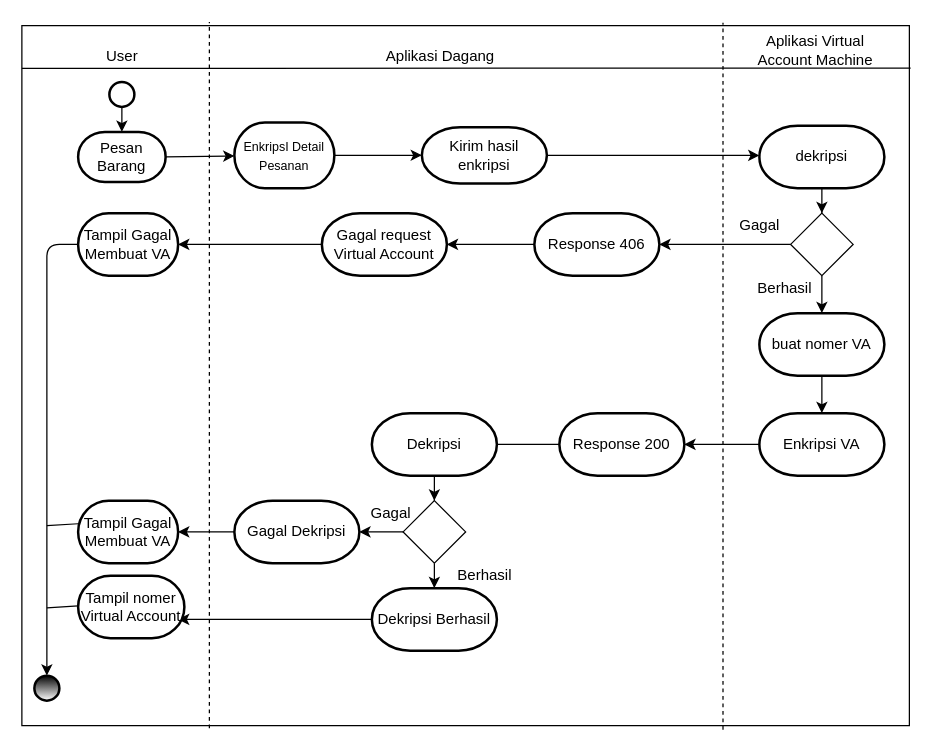
mhmmdihza/TA-DIAGRAM keeps this draw.io diagram as Activity Diagram Pesan.drawio. Above is the earlier version. Source tidied: cells renumbered, new cells numbered last; positions are measured from the earlier drawing's top-left corner, leaving out a move shared by most shapes. Both pictures are drawn from the tidied source at 125%, with x=0, y=0 at pixel (21, 21).
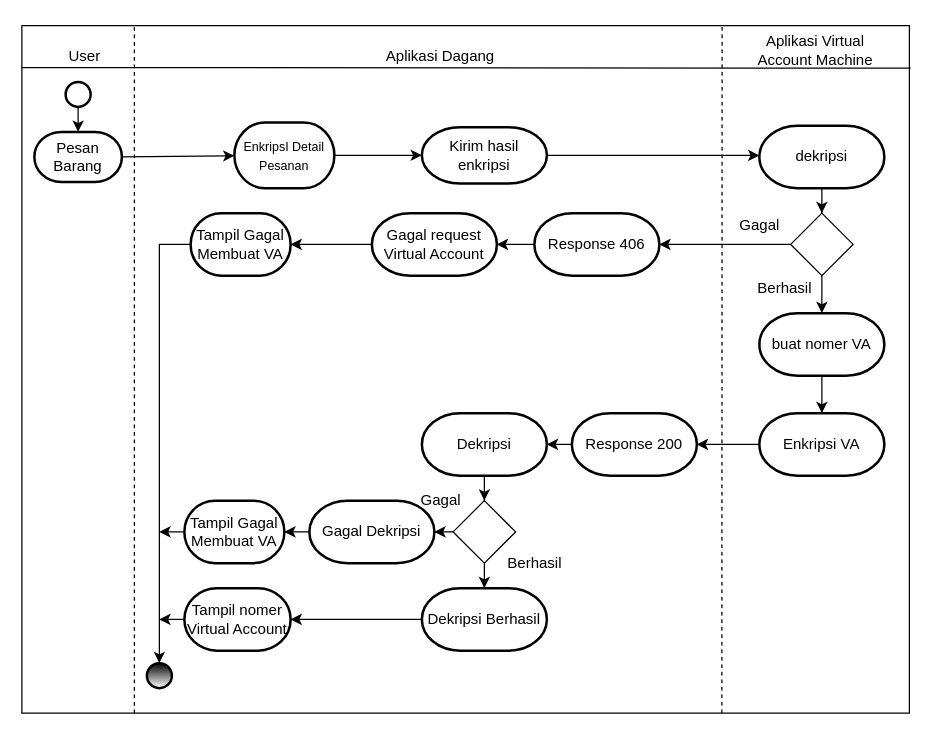
After the change.

What changed in the source:
```diff
@@
     <mxCell id="2" style="rounded=0;whiteSpace=wrap;html=1;direction=south;" parent="1" vertex="1">
-      <mxGeometry y="3" width="710" height="560" as="geometry" />
+      <mxGeometry y="3" width="710" height="550" as="geometry" />
     </mxCell>
     <mxCell id="3" value="Pesan Barang" style="strokeWidth=2;html=1;shape=mxgraph.flowchart.terminator;whiteSpace=wrap;" parent="1" vertex="1">
-      <mxGeometry x="45" y="88" width="70" height="40" as="geometry" />
+      <mxGeometry x="10" y="88" width="70" height="40" as="geometry" />
     </mxCell>
     <mxCell id="4" style="strokeWidth=2;html=1;shape=mxgraph.flowchart.start_2;whiteSpace=wrap;" parent="1" vertex="1">
-      <mxGeometry x="70" y="48" width="20" height="20" as="geometry" />
+      <mxGeometry x="35" y="48" width="20" height="20" as="geometry" />
     </mxCell>
     <mxCell id="5" style="endArrow=none;dashed=1;html=1;" parent="1" edge="1">
       <mxGeometry relative="1" as="geometry">
-        <mxPoint x="150" y="565" as="sourcePoint" />
-        <mxPoint x="150" as="targetPoint" />
+        <mxPoint x="90" y="553" as="sourcePoint" />
+        <mxPoint x="90" y="3" as="targetPoint" />
       </mxGeometry>
     </mxCell>
@@
     <mxCell id="7" value="User" style="text;html=1;align=center;verticalAlign=middle;strokeColor=none;" parent="1" vertex="1">
-      <mxGeometry x="60" y="18" width="40" height="20" as="geometry" />
+      <mxGeometry x="30" y="18" width="40" height="20" as="geometry" />
     </mxCell>
-    <mxCell id="8" style="endArrow=none;dashed=1;html=1;exitX=1.006;exitY=0.21;exitDx=0;exitDy=0;exitPerimeter=0;entryX=-0.004;entryY=0.21;entryDx=0;entryDy=0;entryPerimeter=0;" parent="1" edge="1" source="2" target="2">
-      <mxGeometry relative="1" as="geometry" />
+    <mxCell id="8" style="endArrow=none;dashed=1;html=1;entryX=0.002;entryY=0.211;entryDx=0;entryDy=0;entryPerimeter=0;" parent="1" edge="1" target="2">
+      <mxGeometry relative="1" as="geometry">
+        <mxPoint x="560" y="553" as="sourcePoint" />
+      </mxGeometry>
     </mxCell>
@@
-    <mxCell id="26" style="edgeStyle=orthogonalEdgeStyle;rounded=0;jettySize=auto;html=1;entryX=1;entryY=0.5;entryDx=0;entryDy=0;entryPerimeter=0;" parent="1" edge="1" source="27" target="36">
+    <mxCell id="26" style="edgeStyle=orthogonalEdgeStyle;rounded=0;jettySize=auto;html=1;" parent="1" edge="1" source="27" target="36">
       <mxGeometry relative="1" as="geometry" />
     </mxCell>
     <mxCell id="27" value="Gagal request Virtual Account" style="strokeWidth=2;html=1;shape=mxgraph.flowchart.terminator;whiteSpace=wrap;" parent="1" vertex="1">
-      <mxGeometry x="240" y="153" width="100" height="50" as="geometry" />
+      <mxGeometry x="280" y="153" width="100" height="50" as="geometry" />
     </mxCell>
@@
-    <mxCell id="29" style="edgeStyle=orthogonalEdgeStyle;rounded=0;jettySize=auto;html=1;entryX=0.9;entryY=0.5;entryDx=0;entryDy=0;entryPerimeter=0;" parent="1" edge="1" source="30" target="32">
+    <mxCell id="29" style="edgeStyle=orthogonalEdgeStyle;rounded=0;jettySize=auto;html=1;entryX=1;entryY=0.5;entryDx=0;entryDy=0;entryPerimeter=0;" parent="1" edge="1" source="30" target="32">
       <mxGeometry relative="1" as="geometry" />
     </mxCell>
     <mxCell id="30" value="Response 200" style="strokeWidth=2;html=1;shape=mxgraph.flowchart.terminator;whiteSpace=wrap;" parent="1" vertex="1">
-      <mxGeometry x="430" y="313" width="100" height="50" as="geometry" />
+      <mxGeometry x="440" y="313" width="100" height="50" as="geometry" />
     </mxCell>
@@
     <mxCell id="32" value="Dekripsi" style="strokeWidth=2;html=1;shape=mxgraph.flowchart.terminator;whiteSpace=wrap;" parent="1" vertex="1">
-      <mxGeometry x="280" y="313" width="100" height="50" as="geometry" />
+      <mxGeometry x="320" y="313" width="100" height="50" as="geometry" />
     </mxCell>
@@
     <mxCell id="35" style="rhombus;whiteSpace=wrap;html=1;" parent="1" vertex="1">
-      <mxGeometry x="305" y="383" width="50" height="50" as="geometry" />
+      <mxGeometry x="345" y="383" width="50" height="50" as="geometry" />
     </mxCell>
-    <mxCell id="36" value="Tampil Gagal Membuat VA" style="strokeWidth=2;html=1;shape=mxgraph.flowchart.terminator;whiteSpace=wrap;" parent="1" vertex="1">
-      <mxGeometry x="45" y="153" width="80" height="50" as="geometry" />
-    </mxCell>
-    <mxCell id="37" style="edgeStyle=orthogonalEdgeStyle;rounded=0;jettySize=auto;html=1;entryX=0.941;entryY=0.7;entryDx=0;entryDy=0;entryPerimeter=0;" parent="1" edge="1" source="38" target="44">
+    <mxCell id="37" style="edgeStyle=orthogonalEdgeStyle;rounded=0;jettySize=auto;html=1;entryX=1;entryY=0.5;entryDx=0;entryDy=0;entryPerimeter=0;" parent="1" edge="1" source="38" target="44">
       <mxGeometry relative="1" as="geometry" />
     </mxCell>
     <mxCell id="38" value="Dekripsi Berhasil" style="strokeWidth=2;html=1;shape=mxgraph.flowchart.terminator;whiteSpace=wrap;" parent="1" vertex="1">
-      <mxGeometry x="280" y="453" width="100" height="50" as="geometry" />
+      <mxGeometry x="320" y="453" width="100" height="50" as="geometry" />
     </mxCell>
@@
     <mxCell id="40" value="Gagal Dekripsi" style="strokeWidth=2;html=1;shape=mxgraph.flowchart.terminator;whiteSpace=wrap;" parent="1" vertex="1">
-      <mxGeometry x="170" y="383" width="100" height="50" as="geometry" />
+      <mxGeometry x="230" y="383" width="100" height="50" as="geometry" />
     </mxCell>
     <mxCell id="41" value="Gagal" style="text;html=1;align=center;verticalAlign=middle;strokeColor=none;" parent="1" vertex="1">
-      <mxGeometry x="270" y="383" width="50" height="20" as="geometry" />
+      <mxGeometry x="310" y="373" width="50" height="20" as="geometry" />
     </mxCell>
     <mxCell id="42" value="Berhasil" style="text;html=1;align=center;verticalAlign=middle;strokeColor=none;" parent="1" vertex="1">
-      <mxGeometry x="340" y="433" width="60" height="20" as="geometry" />
+      <mxGeometry x="380" y="423" width="60" height="20" as="geometry" />
     </mxCell>
+    <mxCell id="52" style="edgeStyle=orthogonalEdgeStyle;rounded=0;jettySize=auto;html=1;" parent="1" edge="1" source="43">
+      <mxGeometry relative="1" as="geometry">
+        <mxPoint x="110" y="408" as="targetPoint" />
+      </mxGeometry>
+    </mxCell>
     <mxCell id="43" value="Tampil Gagal Membuat VA" style="strokeWidth=2;html=1;shape=mxgraph.flowchart.terminator;whiteSpace=wrap;" parent="1" vertex="1">
-      <mxGeometry x="45" y="383" width="80" height="50" as="geometry" />
+      <mxGeometry x="130" y="383" width="80" height="50" as="geometry" />
     </mxCell>
+    <mxCell id="53" style="edgeStyle=orthogonalEdgeStyle;rounded=0;jettySize=auto;html=1;" parent="1" edge="1" source="44">
+      <mxGeometry relative="1" as="geometry">
+        <mxPoint x="110" y="478" as="targetPoint" />
+      </mxGeometry>
+    </mxCell>
     <mxCell id="44" value="Tampil nomer Virtual Account" style="strokeWidth=2;html=1;shape=mxgraph.flowchart.terminator;whiteSpace=wrap;" parent="1" vertex="1">
-      <mxGeometry x="45" y="443" width="85" height="50" as="geometry" />
+      <mxGeometry x="130" y="453" width="85" height="50" as="geometry" />
     </mxCell>
     <mxCell id="45" style="strokeWidth=2;html=1;shape=mxgraph.flowchart.start_2;whiteSpace=wrap;gradientColor=#ffffff;fillColor=#000000;" parent="1" vertex="1">
-      <mxGeometry x="10" y="523" width="20" height="20" as="geometry" />
+      <mxGeometry x="100" y="513" width="20" height="20" as="geometry" />
     </mxCell>
-    <mxCell id="46" style="endArrow=classic;html=1;exitX=0;exitY=0.5;exitDx=0;exitDy=0;exitPerimeter=0;" parent="1" edge="1" source="36">
-      <mxGeometry relative="1" as="geometry">
-        <mxPoint x="20" y="523" as="targetPoint" />
-        <Array as="points">
-          <mxPoint x="20" y="178" />
-          <mxPoint x="20" y="363" />
-          <mxPoint x="20" y="473" />
-          <mxPoint x="20" y="523" />
-        </Array>
-      </mxGeometry>
-    </mxCell>
-    <mxCell id="47" style="endArrow=none;html=1;entryX=0;entryY=0.37;entryDx=0;entryDy=0;entryPerimeter=0;" parent="1" edge="1" target="43">
-      <mxGeometry relative="1" as="geometry">
-        <mxPoint x="20" y="403" as="sourcePoint" />
-      </mxGeometry>
-    </mxCell>
-    <mxCell id="48" style="endArrow=none;html=1;entryX=0;entryY=0.37;entryDx=0;entryDy=0;entryPerimeter=0;" parent="1" edge="1">
-      <mxGeometry relative="1" as="geometry">
-        <mxPoint x="20" y="468.8" as="sourcePoint" />
-        <mxPoint x="45" y="467.2" as="targetPoint" />
-      </mxGeometry>
-    </mxCell>
@@
+    <mxCell id="54" style="edgeStyle=orthogonalEdgeStyle;rounded=0;jettySize=auto;html=1;entryX=0.5;entryY=0;entryDx=0;entryDy=0;entryPerimeter=0;" parent="1" edge="1" source="36" target="45">
+      <mxGeometry relative="1" as="geometry" />
+    </mxCell>
+    <mxCell id="36" value="Tampil Gagal Membuat VA" style="strokeWidth=2;html=1;shape=mxgraph.flowchart.terminator;whiteSpace=wrap;" parent="1" vertex="1">
+      <mxGeometry x="135" y="153" width="80" height="50" as="geometry" />
+    </mxCell>
```
